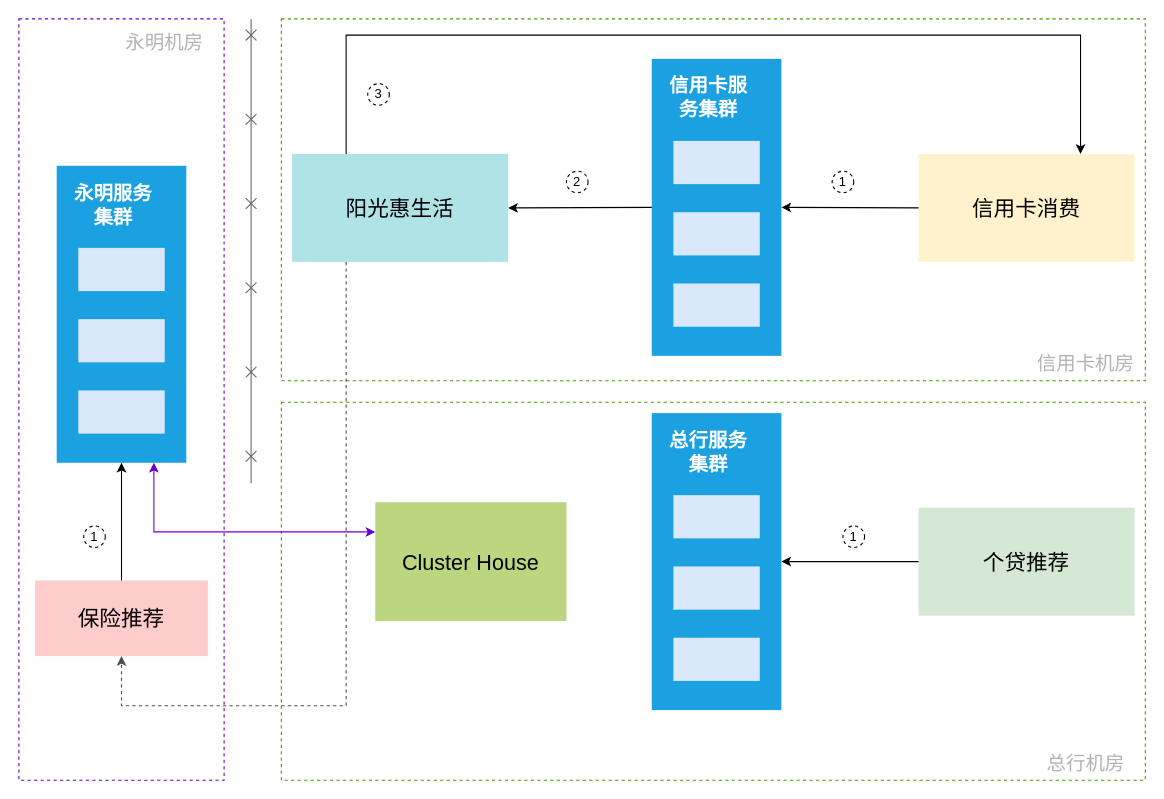
This is page "目标2" (9 of 12) of design/ppt/human/图片集.drawio from thinwind/ebnas, a draw.io file, before an edit. Source tidied: cells renumbered, new cells numbered last; positions are measured from the earlier drawing's top-left corner, leaving out a move shared by most shapes. Both pictures are drawn from the tidied source at 108%, with x=0, y=0 at pixel (18, 18).
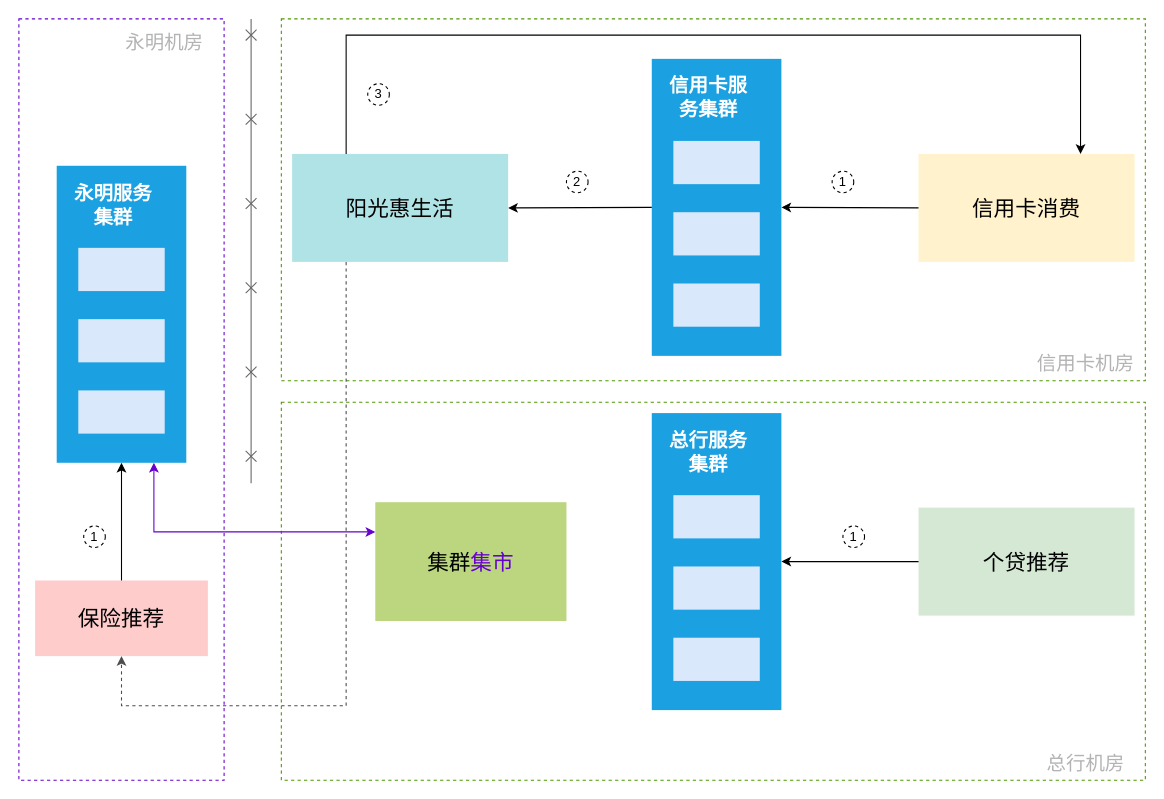
The same diagram, later.

The edit, as a diff of the source:
```diff
@@
-    <mxCell id="18" value="&lt;font style=&quot;font-size: 20px&quot;&gt;Cluster House&lt;/font&gt;" style="rounded=0;whiteSpace=wrap;html=1;dashed=1;labelBorderColor=none;fontSize=20;strokeColor=none;fillColor=#BBD67F;align=center;" parent="1" vertex="1">
+    <mxCell id="18" value="集群&lt;font color=&quot;#6600cc&quot;&gt;集市&lt;/font&gt;" style="rounded=0;whiteSpace=wrap;html=1;dashed=1;labelBorderColor=none;fontSize=20;strokeColor=none;fillColor=#BBD67F;align=center;" parent="1" vertex="1">
       <mxGeometry x="330" y="447.5" width="177" height="110" as="geometry" />
     </mxCell>
```
